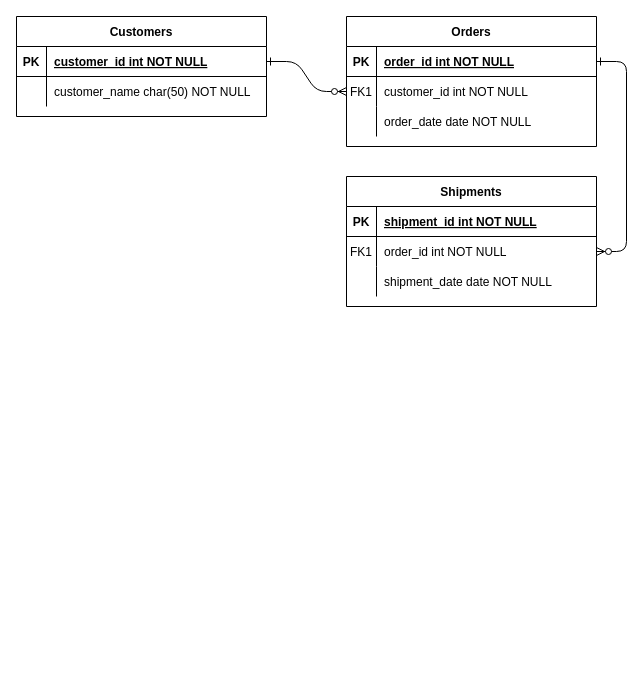
The draw.io diagram logical-view.drawio in Sushil-Deore/Data-Warehouse-Design, before the edit. Source tidied: cells renumbered, new cells numbered last; positions are measured from the earlier drawing's top-left corner, leaving out a move shared by most shapes. Both pictures are drawn from the tidied source at 100%, with x=0, y=0 at pixel (16, 16).
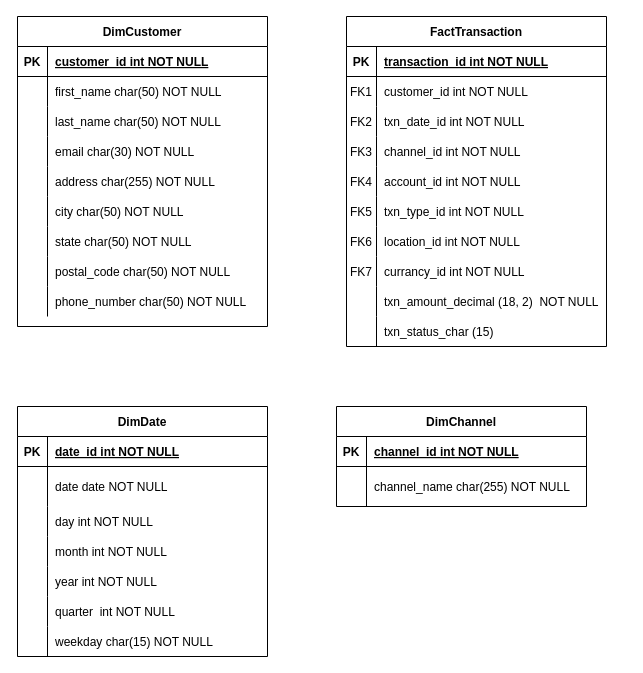
The same diagram, later.

Unchanged cells that the change refers to:
```xml
<mxCell id="25" style="shape=partialRectangle;fillColor=none;points=[[0,0.5],[1,0.5]];portConstraint=eastwest;top=0;left=0;right=0;bottom=1;" parent="24" vertex="1">
  <mxGeometry y="30" width="250" height="30" as="geometry" />
</mxCell>
<mxCell id="28" style="shape=partialRectangle;fillColor=none;top=0;left=0;right=0;bottom=0;" parent="24" vertex="1">
  <mxGeometry y="60" width="250" height="30" as="geometry" />
</mxCell>
```

What changed in the source:
```diff
@@
-    <mxCell id="2" style="edgeStyle=entityRelationEdgeStyle;endArrow=ERzeroToMany;startArrow=ERone;endFill=1;startFill=0;" parent="1" edge="1" source="25" target="8">
-      <mxGeometry relative="1" as="geometry" />
-    </mxCell>
-    <mxCell id="3" style="edgeStyle=entityRelationEdgeStyle;endArrow=ERzeroToMany;startArrow=ERone;endFill=1;startFill=0;" parent="1" edge="1" source="5" target="18">
-      <mxGeometry relative="1" as="geometry" />
-    </mxCell>
-    <mxCell id="4" value="Orders" style="shape=table;startSize=30;childLayout=tableLayout;rowLines=0;fontStyle=1;align=center;" parent="1" vertex="1">
-      <mxGeometry x="330" width="250" height="130" as="geometry" />
+    <mxCell id="4" value="FactTransaction" style="shape=table;startSize=30;childLayout=tableLayout;rowLines=0;fontStyle=1;align=center;" parent="1" vertex="1">
+      <mxGeometry x="330" width="260" height="330" as="geometry" />
     </mxCell>
     <mxCell id="5" style="shape=partialRectangle;fillColor=none;points=[[0,0.5],[1,0.5]];portConstraint=eastwest;top=0;left=0;right=0;bottom=1;" parent="4" vertex="1">
-      <mxGeometry y="30" width="250" height="30" as="geometry" />
+      <mxGeometry y="30" width="260" height="30" as="geometry" />
     </mxCell>
@@
-    <mxCell id="7" value="order_id int NOT NULL " style="shape=partialRectangle;overflow=hidden;fillColor=none;top=0;left=0;bottom=0;right=0;align=left;spacingLeft=6;fontStyle=5;" parent="5" vertex="1">
-      <mxGeometry x="30" width="220" height="30" as="geometry" />
+    <mxCell id="7" value="transaction_id int NOT NULL " style="shape=partialRectangle;overflow=hidden;fillColor=none;top=0;left=0;bottom=0;right=0;align=left;spacingLeft=6;fontStyle=5;" parent="5" vertex="1">
+      <mxGeometry x="30" width="230" height="30" as="geometry" />
     </mxCell>
     <mxCell id="8" style="shape=partialRectangle;fillColor=none;points=[[0,0.5],[1,0.5]];portConstraint=eastwest;top=0;left=0;right=0;bottom=0;" parent="4" vertex="1">
-      <mxGeometry y="60" width="250" height="30" as="geometry" />
+      <mxGeometry y="60" width="260" height="30" as="geometry" />
     </mxCell>
@@
     <mxCell id="10" value="customer_id int NOT NULL" style="shape=partialRectangle;overflow=hidden;fillColor=none;top=0;left=0;bottom=0;right=0;align=left;spacingLeft=6;" parent="8" vertex="1">
-      <mxGeometry x="30" width="220" height="30" as="geometry" />
+      <mxGeometry x="30" width="230" height="30" as="geometry" />
     </mxCell>
     <mxCell id="11" style="shape=partialRectangle;fillColor=none;top=0;left=0;right=0;bottom=0;" parent="4" vertex="1">
-      <mxGeometry y="90" width="250" height="30" as="geometry" />
+      <mxGeometry y="90" width="260" height="30" as="geometry" />
     </mxCell>
-    <mxCell id="12" style="shape=partialRectangle;overflow=hidden;fillColor=none;top=0;left=0;bottom=0;right=0;" parent="11" vertex="1">
+    <mxCell id="12" value="FK2" style="shape=partialRectangle;overflow=hidden;fillColor=none;top=0;left=0;bottom=0;right=0;" parent="11" vertex="1">
       <mxGeometry width="30" height="30" as="geometry" />
     </mxCell>
-    <mxCell id="13" value="order_date date NOT NULL" style="shape=partialRectangle;overflow=hidden;fillColor=none;top=0;left=0;bottom=0;right=0;align=left;spacingLeft=6;" parent="11" vertex="1">
-      <mxGeometry x="30" width="220" height="30" as="geometry" />
+    <mxCell id="13" value="txn_date_id int NOT NULL" style="shape=partialRectangle;overflow=hidden;fillColor=none;top=0;left=0;bottom=0;right=0;align=left;spacingLeft=6;" parent="11" vertex="1">
+      <mxGeometry x="30" width="230" height="30" as="geometry" />
     </mxCell>
-    <mxCell id="14" value="Shipments" style="shape=table;startSize=30;childLayout=tableLayout;rowLines=0;fontStyle=1;align=center;" parent="1" vertex="1">
-      <mxGeometry x="330" y="160" width="250" height="130" as="geometry" />
-    </mxCell>
-    <mxCell id="15" style="shape=partialRectangle;fillColor=none;top=0;left=0;right=0;bottom=1;" parent="14" vertex="1">
-      <mxGeometry y="30" width="250" height="30" as="geometry" />
-    </mxCell>
-    <mxCell id="16" value="PK" style="shape=partialRectangle;overflow=hidden;fillColor=none;top=0;left=0;bottom=0;right=0;fontStyle=1;" parent="15" vertex="1">
-      <mxGeometry width="30" height="30" as="geometry" />
-    </mxCell>
-    <mxCell id="17" value="shipment_id int NOT NULL " style="shape=partialRectangle;overflow=hidden;fillColor=none;top=0;left=0;bottom=0;right=0;align=left;spacingLeft=6;fontStyle=5;" parent="15" vertex="1">
-      <mxGeometry x="30" width="220" height="30" as="geometry" />
-    </mxCell>
-    <mxCell id="18" style="shape=partialRectangle;fillColor=none;points=[[0,0.5],[1,0.5]];portConstraint=eastwest;top=0;left=0;right=0;bottom=0;" parent="14" vertex="1">
-      <mxGeometry y="60" width="250" height="30" as="geometry" />
-    </mxCell>
-    <mxCell id="19" value="FK1" style="shape=partialRectangle;overflow=hidden;fillColor=none;top=0;left=0;bottom=0;right=0;" parent="18" vertex="1">
-      <mxGeometry width="30" height="30" as="geometry" />
-    </mxCell>
-    <mxCell id="20" value="order_id int NOT NULL" style="shape=partialRectangle;overflow=hidden;fillColor=none;top=0;left=0;bottom=0;right=0;align=left;spacingLeft=6;" parent="18" vertex="1">
-      <mxGeometry x="30" width="220" height="30" as="geometry" />
-    </mxCell>
-    <mxCell id="21" style="shape=partialRectangle;fillColor=none;top=0;left=0;right=0;bottom=0;" parent="14" vertex="1">
-      <mxGeometry y="90" width="250" height="30" as="geometry" />
-    </mxCell>
-    <mxCell id="22" style="shape=partialRectangle;overflow=hidden;fillColor=none;top=0;left=0;bottom=0;right=0;" parent="21" vertex="1">
-      <mxGeometry width="30" height="30" as="geometry" />
-    </mxCell>
-    <mxCell id="23" value="shipment_date date NOT NULL" style="shape=partialRectangle;overflow=hidden;fillColor=none;top=0;left=0;bottom=0;right=0;align=left;spacingLeft=6;" parent="21" vertex="1">
-      <mxGeometry x="30" width="220" height="30" as="geometry" />
-    </mxCell>
+    <mxCell id="31" style="shape=partialRectangle;fillColor=none;top=0;left=0;right=0;bottom=0;" parent="4" vertex="1">
+      <mxGeometry y="120" width="260" height="30" as="geometry" />
+    </mxCell>
+    <mxCell id="32" value="FK3" style="shape=partialRectangle;overflow=hidden;fillColor=none;top=0;left=0;bottom=0;right=0;" parent="31" vertex="1">
+      <mxGeometry width="30" height="30" as="geometry" />
+    </mxCell>
+    <mxCell id="33" value="channel_id int NOT NULL" style="shape=partialRectangle;overflow=hidden;fillColor=none;top=0;left=0;bottom=0;right=0;align=left;spacingLeft=6;" parent="31" vertex="1">
+      <mxGeometry x="30" width="230" height="30" as="geometry" />
+    </mxCell>
+    <mxCell id="34" style="shape=partialRectangle;fillColor=none;top=0;left=0;right=0;bottom=0;" parent="4" vertex="1">
+      <mxGeometry y="150" width="260" height="30" as="geometry" />
+    </mxCell>
+    <mxCell id="35" value="FK4" style="shape=partialRectangle;overflow=hidden;fillColor=none;top=0;left=0;bottom=0;right=0;" parent="34" vertex="1">
+      <mxGeometry width="30" height="30" as="geometry" />
+    </mxCell>
+    <mxCell id="36" value="account_id int NOT NULL" style="shape=partialRectangle;overflow=hidden;fillColor=none;top=0;left=0;bottom=0;right=0;align=left;spacingLeft=6;" parent="34" vertex="1">
+      <mxGeometry x="30" width="230" height="30" as="geometry" />
+    </mxCell>
+    <mxCell id="37" style="shape=partialRectangle;fillColor=none;top=0;left=0;right=0;bottom=0;" parent="4" vertex="1">
+      <mxGeometry y="180" width="260" height="30" as="geometry" />
+    </mxCell>
+    <mxCell id="38" value="FK5" style="shape=partialRectangle;overflow=hidden;fillColor=none;top=0;left=0;bottom=0;right=0;" parent="37" vertex="1">
+      <mxGeometry width="30" height="30" as="geometry" />
+    </mxCell>
+    <mxCell id="39" value="txn_type_id int NOT NULL" style="shape=partialRectangle;overflow=hidden;fillColor=none;top=0;left=0;bottom=0;right=0;align=left;spacingLeft=6;" parent="37" vertex="1">
+      <mxGeometry x="30" width="230" height="30" as="geometry" />
+    </mxCell>
+    <mxCell id="40" style="shape=partialRectangle;fillColor=none;top=0;left=0;right=0;bottom=0;" parent="4" vertex="1">
+      <mxGeometry y="210" width="260" height="30" as="geometry" />
+    </mxCell>
+    <mxCell id="41" value="FK6" style="shape=partialRectangle;overflow=hidden;fillColor=none;top=0;left=0;bottom=0;right=0;" parent="40" vertex="1">
+      <mxGeometry width="30" height="30" as="geometry" />
+    </mxCell>
+    <mxCell id="42" value="location_id int NOT NULL" style="shape=partialRectangle;overflow=hidden;fillColor=none;top=0;left=0;bottom=0;right=0;align=left;spacingLeft=6;" parent="40" vertex="1">
+      <mxGeometry x="30" width="230" height="30" as="geometry" />
+    </mxCell>
+    <mxCell id="43" style="shape=partialRectangle;fillColor=none;top=0;left=0;right=0;bottom=0;" parent="4" vertex="1">
+      <mxGeometry y="240" width="260" height="30" as="geometry" />
+    </mxCell>
+    <mxCell id="44" value="FK7" style="shape=partialRectangle;overflow=hidden;fillColor=none;top=0;left=0;bottom=0;right=0;" parent="43" vertex="1">
+      <mxGeometry width="30" height="30" as="geometry" />
+    </mxCell>
+    <mxCell id="45" value="currancy_id int NOT NULL" style="shape=partialRectangle;overflow=hidden;fillColor=none;top=0;left=0;bottom=0;right=0;align=left;spacingLeft=6;" parent="43" vertex="1">
+      <mxGeometry x="30" width="230" height="30" as="geometry" />
+    </mxCell>
+    <mxCell id="46" style="shape=partialRectangle;fillColor=none;top=0;left=0;right=0;bottom=0;" parent="4" vertex="1">
+      <mxGeometry y="270" width="260" height="30" as="geometry" />
+    </mxCell>
+    <mxCell id="47" style="shape=partialRectangle;overflow=hidden;fillColor=none;top=0;left=0;bottom=0;right=0;" parent="46" vertex="1">
+      <mxGeometry width="30" height="30" as="geometry" />
+    </mxCell>
+    <mxCell id="48" value="txn_amount_decimal (18, 2)  NOT NULL" style="shape=partialRectangle;overflow=hidden;fillColor=none;top=0;left=0;bottom=0;right=0;align=left;spacingLeft=6;" parent="46" vertex="1">
+      <mxGeometry x="30" width="230" height="30" as="geometry" />
+    </mxCell>
+    <mxCell id="49" style="shape=partialRectangle;fillColor=none;top=0;left=0;right=0;bottom=0;" parent="4" vertex="1">
+      <mxGeometry y="300" width="260" height="30" as="geometry" />
+    </mxCell>
+    <mxCell id="50" style="shape=partialRectangle;overflow=hidden;fillColor=none;top=0;left=0;bottom=0;right=0;" parent="49" vertex="1">
+      <mxGeometry width="30" height="30" as="geometry" />
+    </mxCell>
+    <mxCell id="51" value="txn_status_char (15)" style="shape=partialRectangle;overflow=hidden;fillColor=none;top=0;left=0;bottom=0;right=0;align=left;spacingLeft=6;" parent="49" vertex="1">
+      <mxGeometry x="30" width="230" height="30" as="geometry" />
+    </mxCell>
-    <mxCell id="24" value="Customers" style="shape=table;startSize=30;childLayout=tableLayout;rowLines=0;fontStyle=1;align=center;" parent="1" vertex="1">
-      <mxGeometry width="250" height="100" as="geometry" />
+    <mxCell id="24" value="DimCustomer" style="shape=table;startSize=30;childLayout=tableLayout;rowLines=0;fontStyle=1;align=center;" parent="1" vertex="1">
+      <mxGeometry x="1" width="250" height="310" as="geometry" />
     </mxCell>
@@
-    <mxCell id="30" value="customer_name char(50) NOT NULL" style="shape=partialRectangle;overflow=hidden;fillColor=none;top=0;left=0;bottom=0;right=0;align=left;spacingLeft=6;" parent="28" vertex="1">
+    <mxCell id="30" value="first_name char(50) NOT NULL" style="shape=partialRectangle;overflow=hidden;fillColor=none;top=0;left=0;bottom=0;right=0;align=left;spacingLeft=6;" parent="28" vertex="1">
       <mxGeometry x="30" width="220" height="30" as="geometry" />
     </mxCell>
+    <mxCell id="21" style="shape=partialRectangle;fillColor=none;top=0;left=0;right=0;bottom=0;" parent="24" vertex="1">
+      <mxGeometry y="90" width="250" height="30" as="geometry" />
+    </mxCell>
+    <mxCell id="52" style="shape=partialRectangle;overflow=hidden;fillColor=none;top=0;left=0;bottom=0;right=0;" parent="21" vertex="1">
+      <mxGeometry width="30" height="30" as="geometry" />
+    </mxCell>
+    <mxCell id="53" value="last_name char(50) NOT NULL" style="shape=partialRectangle;overflow=hidden;fillColor=none;top=0;left=0;bottom=0;right=0;align=left;spacingLeft=6;" parent="21" vertex="1">
+      <mxGeometry x="30" width="220" height="30" as="geometry" />
+    </mxCell>
+    <mxCell id="54" style="shape=partialRectangle;fillColor=none;top=0;left=0;right=0;bottom=0;" parent="24" vertex="1">
+      <mxGeometry y="120" width="250" height="30" as="geometry" />
+    </mxCell>
+    <mxCell id="55" style="shape=partialRectangle;overflow=hidden;fillColor=none;top=0;left=0;bottom=0;right=0;" parent="54" vertex="1">
+      <mxGeometry width="30" height="30" as="geometry" />
+    </mxCell>
+    <mxCell id="56" value="email char(30) NOT NULL" style="shape=partialRectangle;overflow=hidden;fillColor=none;top=0;left=0;bottom=0;right=0;align=left;spacingLeft=6;" parent="54" vertex="1">
+      <mxGeometry x="30" width="220" height="30" as="geometry" />
+    </mxCell>
+    <mxCell id="57" style="shape=partialRectangle;fillColor=none;top=0;left=0;right=0;bottom=0;" parent="24" vertex="1">
+      <mxGeometry y="150" width="250" height="30" as="geometry" />
+    </mxCell>
+    <mxCell id="58" style="shape=partialRectangle;overflow=hidden;fillColor=none;top=0;left=0;bottom=0;right=0;" parent="57" vertex="1">
+      <mxGeometry width="30" height="30" as="geometry" />
+    </mxCell>
+    <mxCell id="59" value="address char(255) NOT NULL" style="shape=partialRectangle;overflow=hidden;fillColor=none;top=0;left=0;bottom=0;right=0;align=left;spacingLeft=6;" parent="57" vertex="1">
+      <mxGeometry x="30" width="220" height="30" as="geometry" />
+    </mxCell>
+    <mxCell id="60" style="shape=partialRectangle;fillColor=none;top=0;left=0;right=0;bottom=0;" parent="24" vertex="1">
+      <mxGeometry y="180" width="250" height="30" as="geometry" />
+    </mxCell>
+    <mxCell id="61" style="shape=partialRectangle;overflow=hidden;fillColor=none;top=0;left=0;bottom=0;right=0;" parent="60" vertex="1">
+      <mxGeometry width="30" height="30" as="geometry" />
+    </mxCell>
+    <mxCell id="62" value="city char(50) NOT NULL" style="shape=partialRectangle;overflow=hidden;fillColor=none;top=0;left=0;bottom=0;right=0;align=left;spacingLeft=6;" parent="60" vertex="1">
+      <mxGeometry x="30" width="220" height="30" as="geometry" />
+    </mxCell>
+    <mxCell id="63" style="shape=partialRectangle;fillColor=none;top=0;left=0;right=0;bottom=0;" parent="24" vertex="1">
+      <mxGeometry y="210" width="250" height="30" as="geometry" />
+    </mxCell>
+    <mxCell id="64" style="shape=partialRectangle;overflow=hidden;fillColor=none;top=0;left=0;bottom=0;right=0;" parent="63" vertex="1">
+      <mxGeometry width="30" height="30" as="geometry" />
+    </mxCell>
+    <mxCell id="65" value="state char(50) NOT NULL" style="shape=partialRectangle;overflow=hidden;fillColor=none;top=0;left=0;bottom=0;right=0;align=left;spacingLeft=6;" parent="63" vertex="1">
+      <mxGeometry x="30" width="220" height="30" as="geometry" />
+    </mxCell>
+    <mxCell id="66" style="shape=partialRectangle;fillColor=none;top=0;left=0;right=0;bottom=0;" parent="24" vertex="1">
+      <mxGeometry y="240" width="250" height="30" as="geometry" />
+    </mxCell>
+    <mxCell id="67" style="shape=partialRectangle;overflow=hidden;fillColor=none;top=0;left=0;bottom=0;right=0;" parent="66" vertex="1">
+      <mxGeometry width="30" height="30" as="geometry" />
+    </mxCell>
+    <mxCell id="68" value="postal_code char(50) NOT NULL" style="shape=partialRectangle;overflow=hidden;fillColor=none;top=0;left=0;bottom=0;right=0;align=left;spacingLeft=6;" parent="66" vertex="1">
+      <mxGeometry x="30" width="220" height="30" as="geometry" />
+    </mxCell>
+    <mxCell id="69" style="shape=partialRectangle;fillColor=none;top=0;left=0;right=0;bottom=0;" parent="24" vertex="1">
+      <mxGeometry y="270" width="250" height="30" as="geometry" />
+    </mxCell>
+    <mxCell id="70" style="shape=partialRectangle;overflow=hidden;fillColor=none;top=0;left=0;bottom=0;right=0;" parent="69" vertex="1">
+      <mxGeometry width="30" height="30" as="geometry" />
+    </mxCell>
+    <mxCell id="71" value="phone_number char(50) NOT NULL" style="shape=partialRectangle;overflow=hidden;fillColor=none;top=0;left=0;bottom=0;right=0;align=left;spacingLeft=6;" parent="69" vertex="1">
+      <mxGeometry x="30" width="220" height="30" as="geometry" />
+    </mxCell>
+    <mxCell id="72" value="DimDate" style="shape=table;startSize=30;childLayout=tableLayout;rowLines=0;fontStyle=1;align=center;" parent="1" vertex="1">
+      <mxGeometry x="1" y="390" width="250" height="250" as="geometry" />
+    </mxCell>
+    <mxCell id="73" style="shape=partialRectangle;fillColor=none;top=0;left=0;right=0;bottom=1;" parent="72" vertex="1">
+      <mxGeometry y="30" width="250" height="30" as="geometry" />
+    </mxCell>
+    <mxCell id="74" value="PK" style="shape=partialRectangle;overflow=hidden;fillColor=none;top=0;left=0;bottom=0;right=0;fontStyle=1;" parent="73" vertex="1">
+      <mxGeometry width="30" height="30" as="geometry" />
+    </mxCell>
+    <mxCell id="75" value="date_id int NOT NULL " style="shape=partialRectangle;overflow=hidden;fillColor=none;top=0;left=0;bottom=0;right=0;align=left;spacingLeft=6;fontStyle=5;" parent="73" vertex="1">
+      <mxGeometry x="30" width="220" height="30" as="geometry" />
+    </mxCell>
+    <mxCell id="76" style="shape=partialRectangle;fillColor=none;top=0;left=0;right=0;bottom=0;" parent="72" vertex="1">
+      <mxGeometry y="60" width="250" height="40" as="geometry" />
+    </mxCell>
+    <mxCell id="77" style="shape=partialRectangle;overflow=hidden;fillColor=none;top=0;left=0;bottom=0;right=0;" parent="76" vertex="1">
+      <mxGeometry width="30" height="40" as="geometry" />
+    </mxCell>
+    <mxCell id="78" value="date date NOT NULL" style="shape=partialRectangle;overflow=hidden;fillColor=none;top=0;left=0;bottom=0;right=0;align=left;spacingLeft=6;" parent="76" vertex="1">
+      <mxGeometry x="30" width="220" height="40" as="geometry" />
+    </mxCell>
+    <mxCell id="79" style="shape=partialRectangle;fillColor=none;top=0;left=0;right=0;bottom=0;" parent="72" vertex="1">
+      <mxGeometry y="100" width="250" height="30" as="geometry" />
+    </mxCell>
+    <mxCell id="80" style="shape=partialRectangle;overflow=hidden;fillColor=none;top=0;left=0;bottom=0;right=0;" parent="79" vertex="1">
+      <mxGeometry width="30" height="30" as="geometry" />
+    </mxCell>
+    <mxCell id="81" value="day int NOT NULL" style="shape=partialRectangle;overflow=hidden;fillColor=none;top=0;left=0;bottom=0;right=0;align=left;spacingLeft=6;" parent="79" vertex="1">
+      <mxGeometry x="30" width="220" height="30" as="geometry" />
+    </mxCell>
+    <mxCell id="82" style="shape=partialRectangle;fillColor=none;top=0;left=0;right=0;bottom=0;" parent="72" vertex="1">
+      <mxGeometry y="130" width="250" height="30" as="geometry" />
+    </mxCell>
+    <mxCell id="83" style="shape=partialRectangle;overflow=hidden;fillColor=none;top=0;left=0;bottom=0;right=0;" parent="82" vertex="1">
+      <mxGeometry width="30" height="30" as="geometry" />
+    </mxCell>
+    <mxCell id="84" value="month int NOT NULL" style="shape=partialRectangle;overflow=hidden;fillColor=none;top=0;left=0;bottom=0;right=0;align=left;spacingLeft=6;" parent="82" vertex="1">
+      <mxGeometry x="30" width="220" height="30" as="geometry" />
+    </mxCell>
+    <mxCell id="85" style="shape=partialRectangle;fillColor=none;top=0;left=0;right=0;bottom=0;" parent="72" vertex="1">
+      <mxGeometry y="160" width="250" height="30" as="geometry" />
+    </mxCell>
+    <mxCell id="86" style="shape=partialRectangle;overflow=hidden;fillColor=none;top=0;left=0;bottom=0;right=0;" parent="85" vertex="1">
+      <mxGeometry width="30" height="30" as="geometry" />
+    </mxCell>
+    <mxCell id="87" value="year int NOT NULL" style="shape=partialRectangle;overflow=hidden;fillColor=none;top=0;left=0;bottom=0;right=0;align=left;spacingLeft=6;" parent="85" vertex="1">
+      <mxGeometry x="30" width="220" height="30" as="geometry" />
+    </mxCell>
+    <mxCell id="88" style="shape=partialRectangle;fillColor=none;top=0;left=0;right=0;bottom=0;" parent="72" vertex="1">
+      <mxGeometry y="190" width="250" height="30" as="geometry" />
+    </mxCell>
+    <mxCell id="89" style="shape=partialRectangle;overflow=hidden;fillColor=none;top=0;left=0;bottom=0;right=0;" parent="88" vertex="1">
+      <mxGeometry width="30" height="30" as="geometry" />
+    </mxCell>
+    <mxCell id="90" value="quarter  int NOT NULL" style="shape=partialRectangle;overflow=hidden;fillColor=none;top=0;left=0;bottom=0;right=0;align=left;spacingLeft=6;" parent="88" vertex="1">
+      <mxGeometry x="30" width="220" height="30" as="geometry" />
+    </mxCell>
+    <mxCell id="91" style="shape=partialRectangle;fillColor=none;top=0;left=0;right=0;bottom=0;" parent="72" vertex="1">
+      <mxGeometry y="220" width="250" height="30" as="geometry" />
+    </mxCell>
+    <mxCell id="92" style="shape=partialRectangle;overflow=hidden;fillColor=none;top=0;left=0;bottom=0;right=0;" parent="91" vertex="1">
+      <mxGeometry width="30" height="30" as="geometry" />
+    </mxCell>
+    <mxCell id="93" value="weekday char(15) NOT NULL" style="shape=partialRectangle;overflow=hidden;fillColor=none;top=0;left=0;bottom=0;right=0;align=left;spacingLeft=6;" parent="91" vertex="1">
+      <mxGeometry x="30" width="220" height="30" as="geometry" />
+    </mxCell>
+    <mxCell id="94" value="DimChannel" style="shape=table;startSize=30;childLayout=tableLayout;rowLines=0;fontStyle=1;align=center;" parent="1" vertex="1">
+      <mxGeometry x="320" y="390" width="250" height="100" as="geometry" />
+    </mxCell>
+    <mxCell id="95" style="shape=partialRectangle;fillColor=none;top=0;left=0;right=0;bottom=1;" parent="94" vertex="1">
+      <mxGeometry y="30" width="250" height="30" as="geometry" />
+    </mxCell>
+    <mxCell id="96" value="PK" style="shape=partialRectangle;overflow=hidden;fillColor=none;top=0;left=0;bottom=0;right=0;fontStyle=1;" parent="95" vertex="1">
+      <mxGeometry width="30" height="30" as="geometry" />
+    </mxCell>
+    <mxCell id="97" value="channel_id int NOT NULL " style="shape=partialRectangle;overflow=hidden;fillColor=none;top=0;left=0;bottom=0;right=0;align=left;spacingLeft=6;fontStyle=5;" parent="95" vertex="1">
+      <mxGeometry x="30" width="220" height="30" as="geometry" />
+    </mxCell>
+    <mxCell id="98" style="shape=partialRectangle;fillColor=none;top=0;left=0;right=0;bottom=0;" parent="94" vertex="1">
+      <mxGeometry y="60" width="250" height="40" as="geometry" />
+    </mxCell>
+    <mxCell id="99" style="shape=partialRectangle;overflow=hidden;fillColor=none;top=0;left=0;bottom=0;right=0;" parent="98" vertex="1">
+      <mxGeometry width="30" height="40" as="geometry" />
+    </mxCell>
+    <mxCell id="100" value="channel_name char(255) NOT NULL" style="shape=partialRectangle;overflow=hidden;fillColor=none;top=0;left=0;bottom=0;right=0;align=left;spacingLeft=6;" parent="98" vertex="1">
+      <mxGeometry x="30" width="220" height="40" as="geometry" />
+    </mxCell>
```
